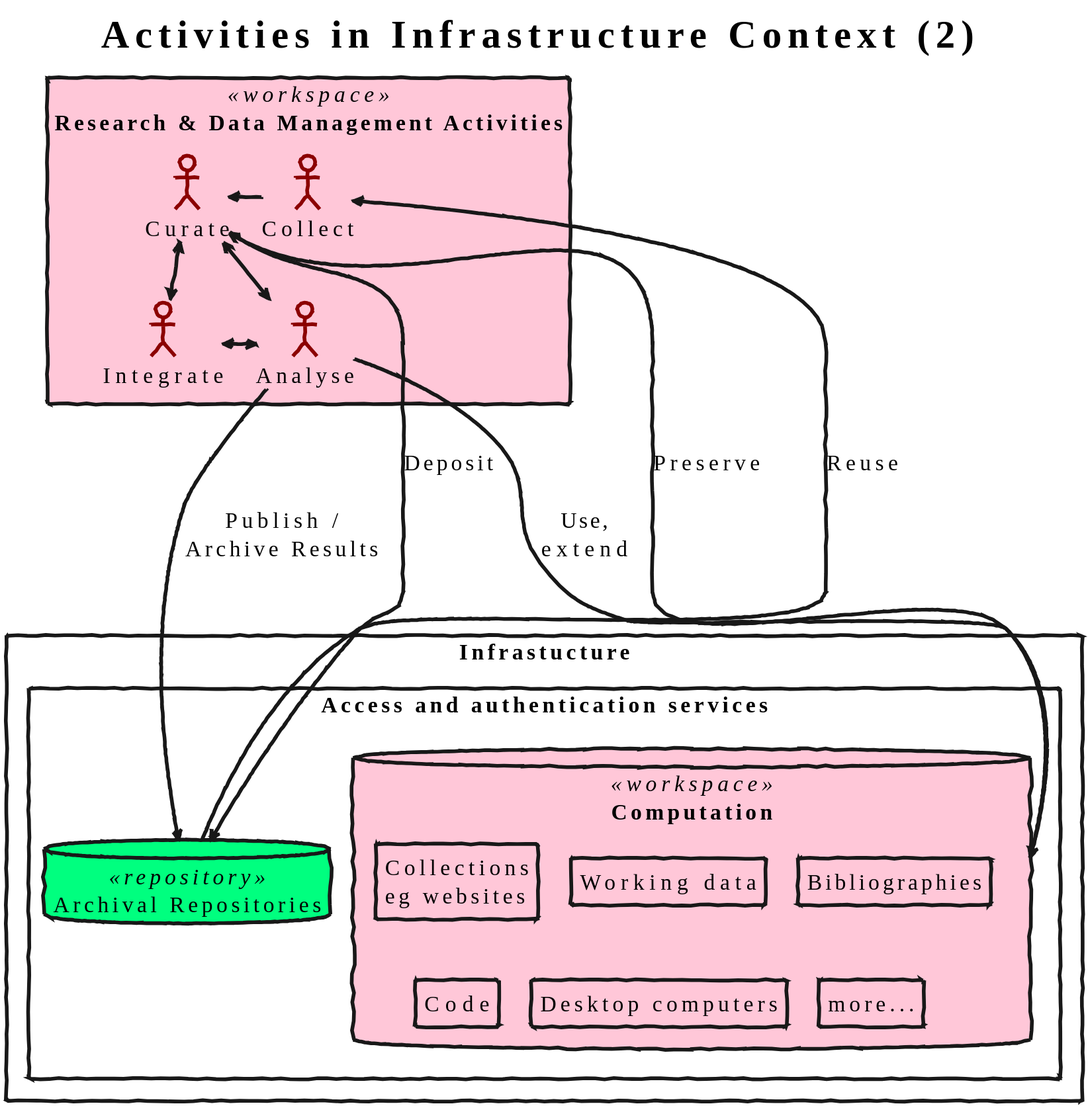
ptsefton/cdl-diagrams keeps this PlantUML diagram as model/model-overview-2.svg. Above is the earlier version.
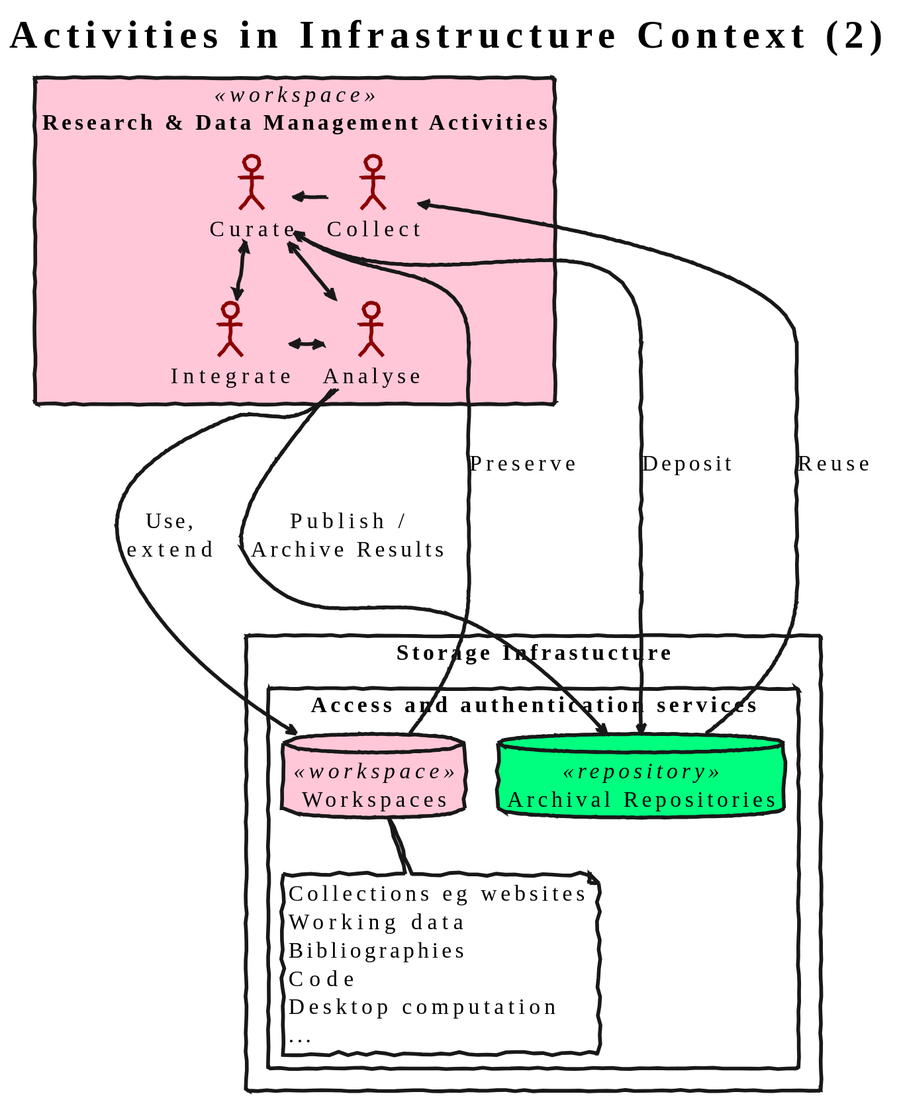
The same file after the commit.

Commit message:
Adding new terms freed from the SAFE model  for revamped reference model

Diff of the diagram source:
```diff
@@ -7,7 +7,7 @@
 
 
 
-rectangle "Infrastucture" as infrastructure {
+rectangle "Storage Infrastucture" as infrastructure {
 
 rectangle "Access and authentication services" {
 
@@ -15,14 +15,17 @@
 
  }
 
-  database "Computation" as comp <<workspace>> {
-    rectangle "Collections\neg websites"
-    rectangle "Working data"
-    rectangle "Bibliographies"
-    rectangle "Code"
-    rectangle "Desktop computers"
-    rectangle "more..."
+  database "Workspaces" as comp <<workspace>> {
+
  }
+note bottom of comp
+Collections eg websites
+Working data
+Bibliographies
+Code
+Desktop computation
+...
+end note
 }
 }
 
```
